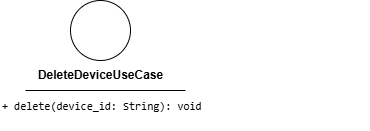
GroupRubberDuck/Documentazione keeps this draw.io diagram as src/PB/DocumentazioneEsterna/Specifica_Tecnica/content/uml/png/DeleteDevice/DeleteDeviceUseCase.png. Above is the earlier version. Source tidied: cells renumbered, new cells last; positions are measured from the earlier drawing's top-left corner, leaving out a move shared by most shapes.
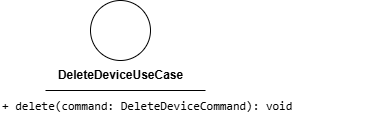
After the change.

Diff of the diagram source:
```diff
@@ -17,8 +17,8 @@
         </Array>
       </mxGeometry>
     </mxCell>
-    <mxCell id="5" value="&lt;div style=&quot;font-family: Consolas, &amp;quot;Courier New&amp;quot;, monospace; font-weight: normal; line-height: 19px; white-space: pre;&quot;&gt;&lt;div style=&quot;&quot;&gt;&lt;div style=&quot;line-height: 19px;&quot;&gt;&lt;span style=&quot;background-color: light-dark(#ffffff, var(--ge-dark-color, #121212));&quot;&gt;&lt;font style=&quot;color: rgb(0, 0, 0); font-size: 11px;&quot;&gt;+ delete(device_id: String): void&lt;/font&gt;&lt;/span&gt;&lt;/div&gt;&lt;/div&gt;&lt;/div&gt;" style="text;whiteSpace=wrap;html=1;" parent="1" vertex="1">
-      <mxGeometry y="90" width="370" height="40" as="geometry" />
+    <mxCell id="5" value="&lt;div style=&quot;font-family: Consolas, &amp;quot;Courier New&amp;quot;, monospace; font-weight: normal; line-height: 19px; white-space: pre;&quot;&gt;&lt;div style=&quot;&quot;&gt;&lt;div style=&quot;line-height: 19px;&quot;&gt;+ delete(command: DeleteDeviceCommand): void&lt;/div&gt;&lt;/div&gt;&lt;/div&gt;" style="text;whiteSpace=wrap;html=1;" parent="1" vertex="1">
+      <mxGeometry x="-20" y="90" width="370" height="40" as="geometry" />
     </mxCell>
   </root>
 </mxGraphModel>
```
